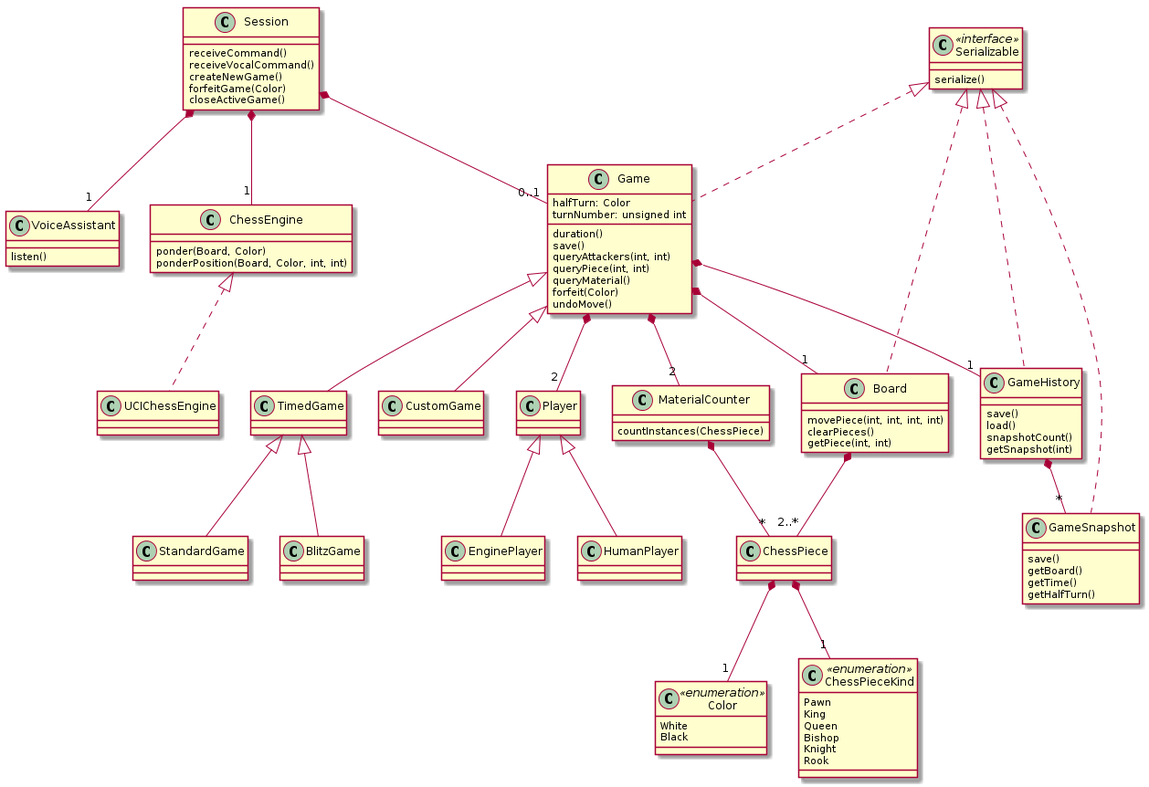
Above: class-diagram.png in tvanslyke/accessible-chess-class-diagram (PlantUML), before the change.
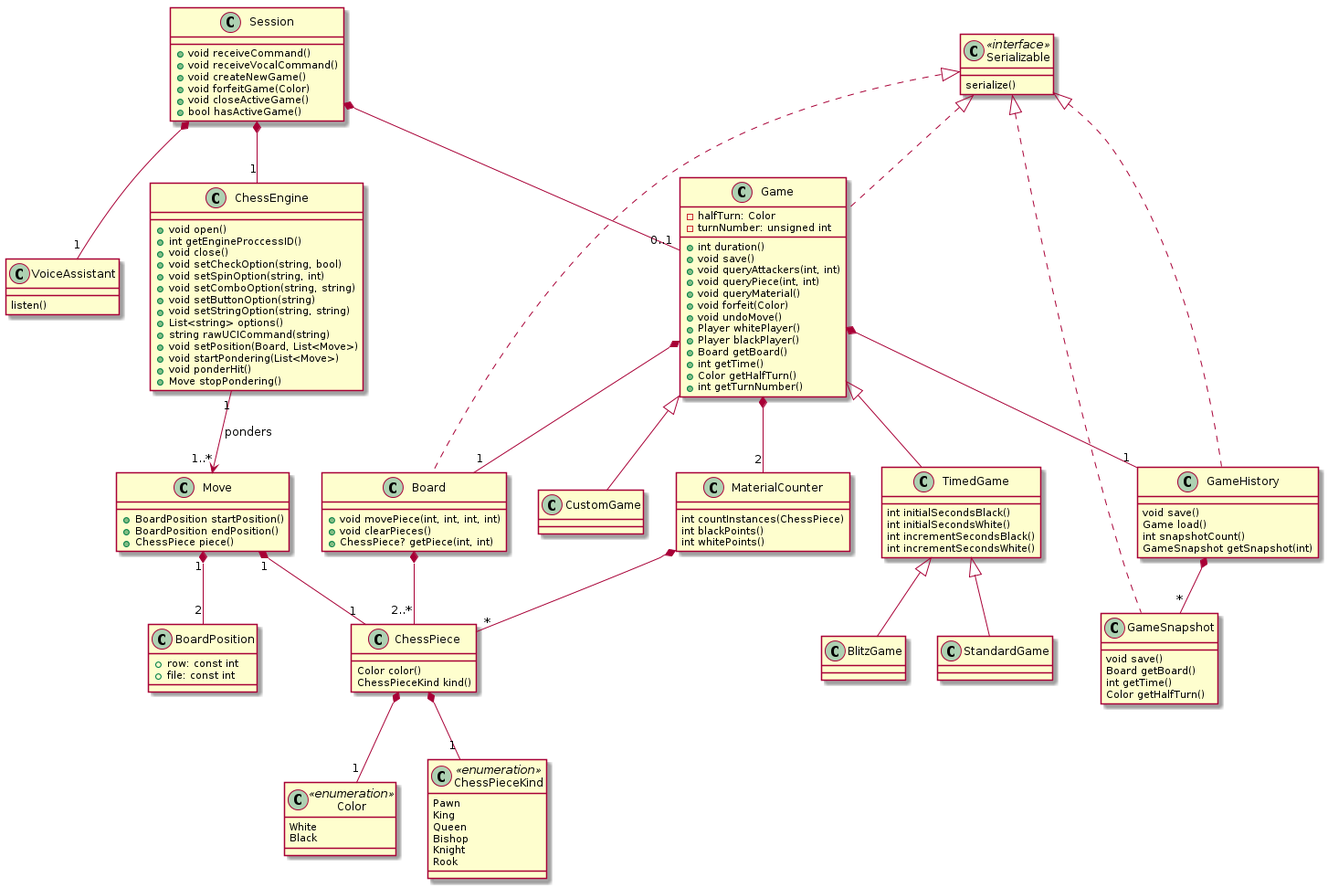
The same diagram one commit later.

Commit message:
Added methods and removed classes of dubious value

Change to the diagram source:
```diff
@@ -4,13 +4,37 @@
 	listen()
 }
 
+class BoardPosition {
+	+row: const int
+	+file: const int
+}
+
+Move "1" *-- "2" BoardPosition
+Move "1" *-- "1" ChessPiece
+
+class Move {
+	+BoardPosition startPosition()
+	+BoardPosition endPosition()
+	+ChessPiece piece()
+}
+
 
 class ChessEngine {
-	ponder(Board, Color)
-	ponderPosition(Board, Color, int, int)
+	+void open()
+	+int getEngineProccessID()
+	+void close()
+	+void setCheckOption(string, bool)
+	+void setSpinOption(string, int)
+	+void setComboOption(string, string)
+	+void setButtonOption(string)
+	+void setStringOption(string, string)
+	+List<string> options()
+	+string rawUCICommand(string)
+	+void setPosition(Board, List<Move>)
+	+void startPondering(List<Move>)
+	+void ponderHit()
+	+Move stopPondering()
 }
-
-ChessEngine <|.. UCIChessEngine
 
 class Color <<enumeration>> {
 	White
@@ -27,7 +51,8 @@
 }
 
 class ChessPiece {
-
+	Color color()
+	ChessPieceKind kind()
 }
 
 ChessPiece *-- "1" Color
@@ -38,41 +63,57 @@
 Serializable <|.. Board
 
 class Board {
-	movePiece(int, int, int, int)
-	clearPieces()
-	getPiece(int, int)
+	+void movePiece(int, int, int, int)
+	+void clearPieces()
+	+ChessPiece? getPiece(int, int)
 }
 
 class Game {
-	halfTurn: Color
-	turnNumber: unsigned int
+	-halfTurn: Color
+	-turnNumber: unsigned int
 
-	duration()
-	save()
-	queryAttackers(int, int)
-	queryPiece(int, int)
-	queryMaterial()
-	forfeit(Color)
-	undoMove()
+	+int duration()
+	+void save()
+	+void queryAttackers(int, int)
+	+void queryPiece(int, int)
+	+void queryMaterial()
+	+void forfeit(Color)
+	+void undoMove()
+	+Player whitePlayer()
+	+Player blackPlayer()
+	+Board getBoard()
+	+int getTime()
+	+Color getHalfTurn()
+	+int getTurnNumber()
 }
+
+ChessEngine "1" --> "1..*" Move : ponders
 
 Serializable <|.. Game
 
 class GameSnapshot {
-	save()
-	getBoard()
-	getTime()
-	getHalfTurn()
+	void save()
+	Board getBoard()
+	int getTime()
+	Color getHalfTurn()
 }
 
 Serializable <|.. GameSnapshot
 
 class GameHistory {
-	save()
-	load()
-	snapshotCount()
-	getSnapshot(int)
+	void save()
+	Game load()
+	int snapshotCount()
+	GameSnapshot getSnapshot(int)
 }
+
+class TimedGame {
+	int initialSecondsBlack()
+	int initialSecondsWhite()
+	int incrementSecondsBlack()
+	int incrementSecondsWhite()
+}
+
 Serializable <|.. GameHistory
 
 Game *-- "1" GameHistory
@@ -91,28 +132,22 @@
 Session *-- "1" ChessEngine
 
 class Session {
-	receiveCommand()
-	receiveVocalCommand()
-	createNewGame()
-	forfeitGame(Color)
-	closeActiveGame()
+	+void receiveCommand()
+	+void receiveVocalCommand()
+	+void createNewGame()
+	+void forfeitGame(Color)
+	+void closeActiveGame()
+	+bool hasActiveGame()
 }
-
-class Player {
-
-}
-
-class Player <|-- EnginePlayer
-class Player <|-- HumanPlayer
-
-Game *-- "2" Player
 
 class Serializable <<interface>> {
 	serialize()
 }
 
 class MaterialCounter {
-	countInstances(ChessPiece)
+	int countInstances(ChessPiece)
+	int blackPoints()
+	int whitePoints()
 }
 
 Game *-- "2" MaterialCounter
```
